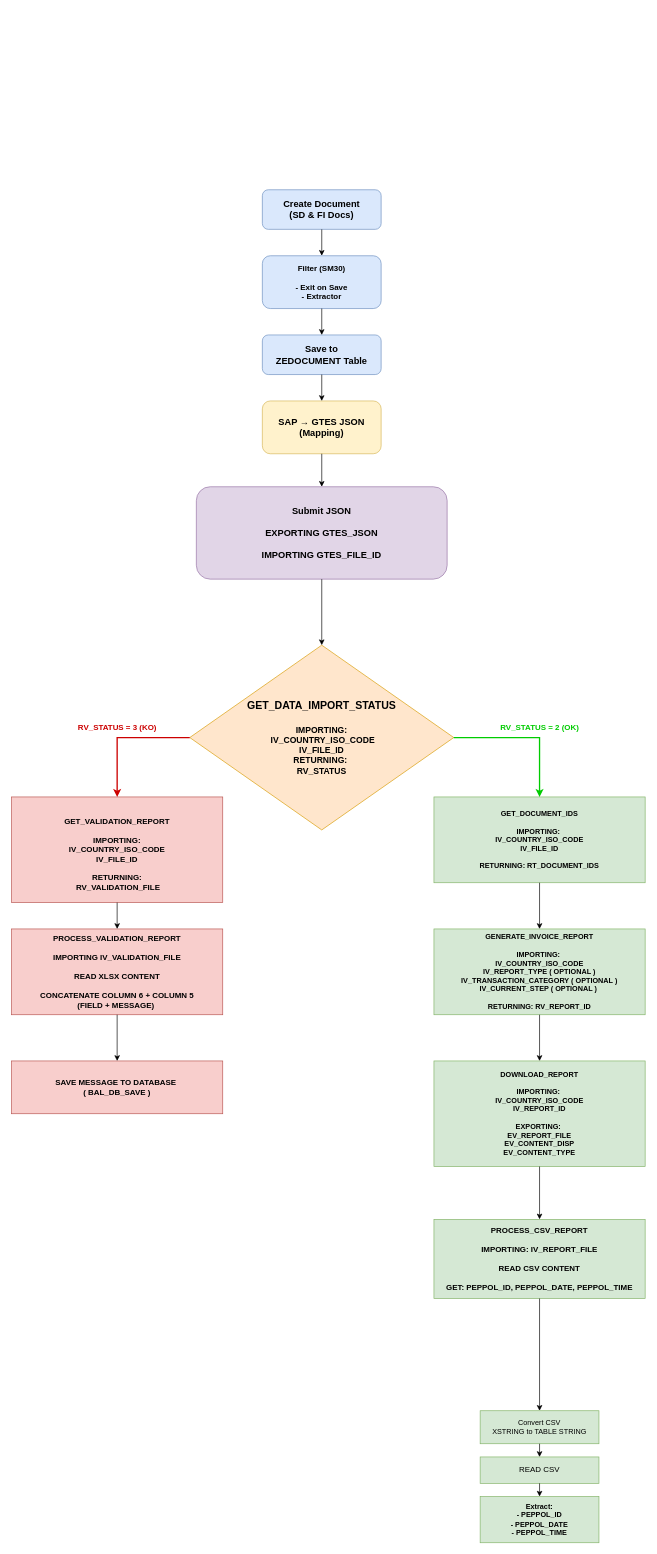
This is GTES Flow.drawio from kristi1705/SAP-ABAP, a draw.io file, before an edit. Source tidied: cells renumbered, new cells numbered last; positions are measured from the earlier drawing's top-left corner, leaving out a move shared by most shapes. Both pictures are drawn from the tidied source at 66%, with x=0, y=0 at pixel (11, 189).
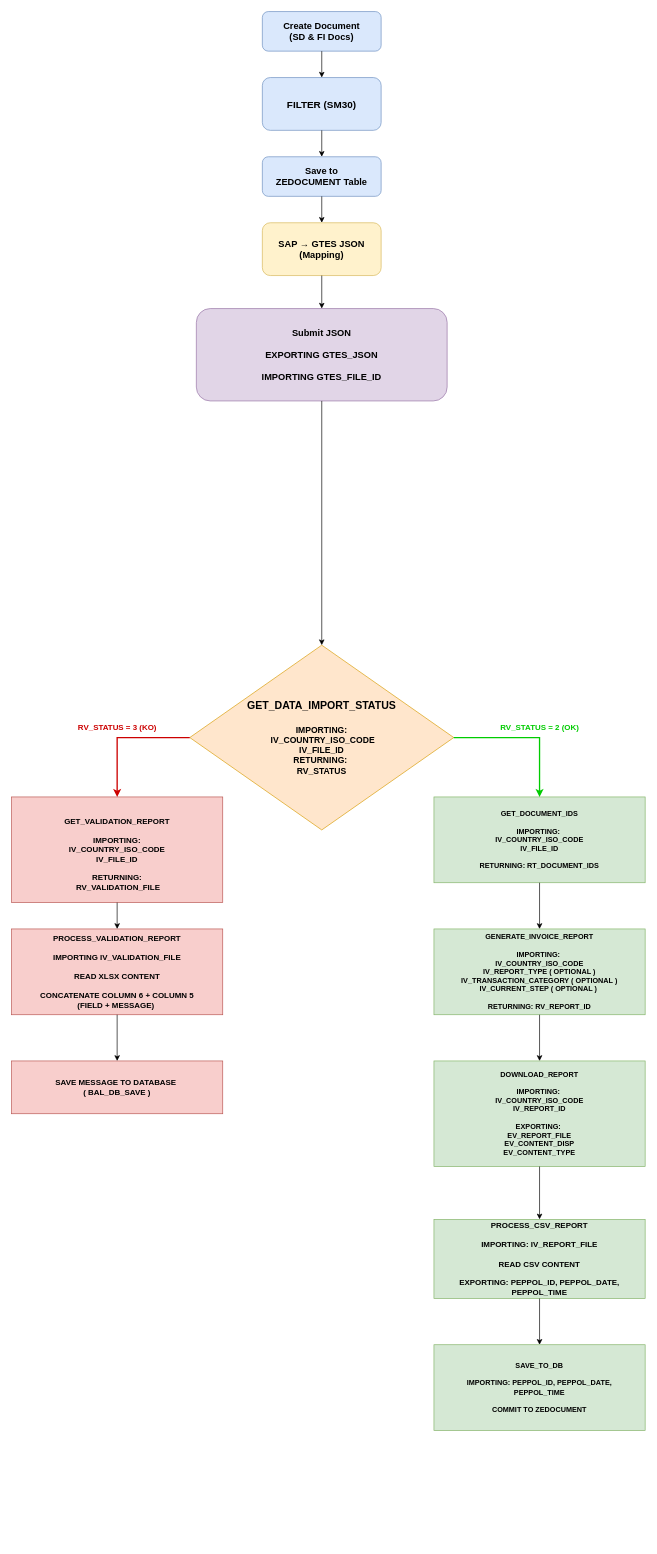
Above is the later version.

The edit, as a diff of the source:
```diff
@@
     <mxCell id="2" value="Create Document&#10;(SD &amp; FI Docs)" style="rounded=1;whiteSpace=wrap;html=1;fillColor=#dae8fc;strokeColor=#6c8ebf;fontSize=14;fontStyle=1;" parent="1" vertex="1">
-      <mxGeometry x="380" width="180" height="60" as="geometry" />
+      <mxGeometry x="380" y="-270" width="180" height="60" as="geometry" />
     </mxCell>
-    <mxCell id="3" value="&lt;b&gt;Filter (SM30)&lt;br&gt;&lt;br&gt;- Exit on Save&lt;br&gt;- Extractor&lt;/b&gt;" style="rounded=1;whiteSpace=wrap;html=1;fillColor=#dae8fc;strokeColor=#6c8ebf;fontSize=12;" parent="1" vertex="1">
-      <mxGeometry x="380" y="100" width="180" height="80" as="geometry" />
+    <mxCell id="3" value="&lt;b&gt;&lt;font style=&quot;font-size: 15px;&quot;&gt;FILTER (SM30)&lt;/font&gt;&lt;br&gt;&lt;/b&gt;" style="rounded=1;whiteSpace=wrap;html=1;fillColor=#dae8fc;strokeColor=#6c8ebf;fontSize=12;" parent="1" vertex="1">
+      <mxGeometry x="380" y="-170" width="180" height="80" as="geometry" />
     </mxCell>
     <mxCell id="4" value="Save to&#10;ZEDOCUMENT Table" style="rounded=1;whiteSpace=wrap;html=1;fillColor=#dae8fc;strokeColor=#6c8ebf;fontSize=14;fontStyle=1;" parent="1" vertex="1">
-      <mxGeometry x="380" y="220" width="180" height="60" as="geometry" />
+      <mxGeometry x="380" y="-50" width="180" height="60" as="geometry" />
     </mxCell>
     <mxCell id="5" value="SAP → GTES JSON&#10;(Mapping)" style="rounded=1;whiteSpace=wrap;html=1;fillColor=#fff2cc;strokeColor=#d6b656;fontSize=14;fontStyle=1;" parent="1" vertex="1">
-      <mxGeometry x="380" y="320" width="180" height="80" as="geometry" />
+      <mxGeometry x="380" y="50" width="180" height="80" as="geometry" />
     </mxCell>
     <mxCell id="6" value="Submit JSON&lt;br&gt;&lt;div&gt;&lt;br&gt;&lt;/div&gt;&lt;div&gt;EXPORTING GTES_JSON&lt;/div&gt;&lt;div&gt;&lt;br&gt;&lt;/div&gt;&lt;div&gt;IMPORTING GTES_FILE_ID&lt;/div&gt;" style="rounded=1;whiteSpace=wrap;html=1;fillColor=#e1d5e7;strokeColor=#9673a6;fontSize=14;fontStyle=1;" parent="1" vertex="1">
-      <mxGeometry x="280" y="450" width="380" height="140" as="geometry" />
+      <mxGeometry x="280" y="180" width="380" height="140" as="geometry" />
     </mxCell>
@@
-    <mxCell id="16" value="&lt;b&gt;PROCESS_CSV_REPORT&lt;/b&gt;&lt;div&gt;&lt;b&gt;&lt;br&gt;&lt;/b&gt;&lt;/div&gt;&lt;div&gt;&lt;b&gt;IMPORTING: IV_REPORT_FILE&lt;/b&gt;&lt;/div&gt;&lt;div&gt;&lt;b&gt;&lt;br&gt;&lt;/b&gt;&lt;/div&gt;&lt;div&gt;&lt;b&gt;READ CSV CONTENT&lt;/b&gt;&lt;/div&gt;&lt;div&gt;&lt;b&gt;&lt;br&gt;&lt;/b&gt;&lt;/div&gt;&lt;div&gt;&lt;b&gt;GET: PEPPOL_ID, PEPPOL_DATE, PEPPOL_TIME&lt;/b&gt;&lt;/div&gt;" style="rounded=0;whiteSpace=wrap;html=1;fillColor=#d5e8d4;strokeColor=#82b366;fontSize=12;" parent="1" vertex="1">
+    <mxCell id="16" value="&lt;b&gt;PROCESS_CSV_REPORT&lt;/b&gt;&lt;div&gt;&lt;b&gt;&lt;br&gt;&lt;/b&gt;&lt;/div&gt;&lt;div&gt;&lt;b&gt;IMPORTING: IV_REPORT_FILE&lt;/b&gt;&lt;/div&gt;&lt;div&gt;&lt;b&gt;&lt;br&gt;&lt;/b&gt;&lt;/div&gt;&lt;div&gt;&lt;b&gt;READ CSV CONTENT&lt;/b&gt;&lt;/div&gt;&lt;div&gt;&lt;b&gt;&lt;br&gt;&lt;/b&gt;&lt;/div&gt;&lt;div&gt;&lt;b&gt;EXPORTING: PEPPOL_ID, PEPPOL_DATE, PEPPOL_TIME&lt;/b&gt;&lt;/div&gt;" style="rounded=0;whiteSpace=wrap;html=1;fillColor=#d5e8d4;strokeColor=#82b366;fontSize=12;" parent="1" vertex="1">
       <mxGeometry x="640" y="1560" width="320" height="120" as="geometry" />
     </mxCell>
-    <mxCell id="17" value="Convert CSV&#10;XSTRING to TABLE STRING" style="rounded=0;whiteSpace=wrap;html=1;fillColor=#d5e8d4;strokeColor=#82b366;fontSize=11;" parent="1" vertex="1">
-      <mxGeometry x="710" y="1850" width="180" height="50" as="geometry" />
+    <mxCell id="17" value="&lt;b&gt;SAVE_TO_DB&lt;/b&gt;&lt;div&gt;&lt;br&gt;&lt;/div&gt;&lt;div&gt;&lt;b&gt;IMPORTING: PEPPOL_ID, PEPPOL_DATE,&lt;/b&gt;&lt;/div&gt;&lt;div&gt;&lt;b&gt;PEPPOL_TIME&lt;/b&gt;&lt;/div&gt;&lt;div&gt;&lt;b&gt;&lt;br&gt;&lt;/b&gt;&lt;/div&gt;&lt;div&gt;&lt;b&gt;COMMIT TO ZEDOCUMENT&lt;/b&gt;&lt;/div&gt;" style="rounded=0;whiteSpace=wrap;html=1;fillColor=#d5e8d4;strokeColor=#82b366;fontSize=11;" parent="1" vertex="1">
+      <mxGeometry x="640" y="1750" width="320" height="130" as="geometry" />
     </mxCell>
-    <mxCell id="18" value="READ CSV" style="rounded=0;whiteSpace=wrap;html=1;fillColor=#d5e8d4;strokeColor=#82b366;fontSize=12;" parent="1" vertex="1">
-      <mxGeometry x="710" y="1920" width="180" height="40" as="geometry" />
-    </mxCell>
-    <mxCell id="19" value="Extract:&#10;- PEPPOL_ID&#10;- PEPPOL_DATE&#10;- PEPPOL_TIME" style="rounded=0;whiteSpace=wrap;html=1;fillColor=#d5e8d4;strokeColor=#82b366;fontSize=11;fontStyle=1;" parent="1" vertex="1">
-      <mxGeometry x="710" y="1980" width="180" height="70" as="geometry" />
-    </mxCell>
@@
-    <mxCell id="33" style="edgeStyle=orthogonalEdgeStyle;rounded=0;jettySize=auto;html=1;exitX=0.5;exitY=1;exitDx=0;exitDy=0;entryX=0.5;entryY=0;entryDx=0;entryDy=0;" parent="1" edge="1" source="17" target="18">
-      <mxGeometry relative="1" as="geometry" />
-    </mxCell>
-    <mxCell id="34" style="edgeStyle=orthogonalEdgeStyle;rounded=0;jettySize=auto;html=1;exitX=0.5;exitY=1;exitDx=0;exitDy=0;entryX=0.5;entryY=0;entryDx=0;entryDy=0;" parent="1" edge="1" source="18" target="19">
-      <mxGeometry relative="1" as="geometry" />
-    </mxCell>
```
